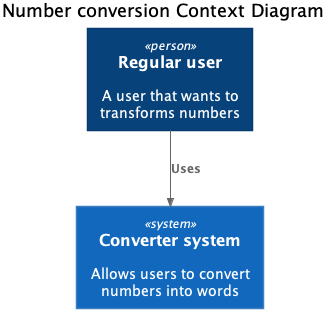
jsanin/converter keeps this PlantUML diagram as c4model/context.png. Above is the earlier version.
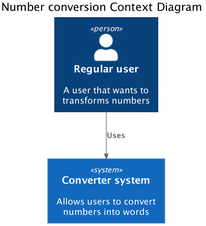
After the commit.

Commit message:
Update plantUml diagrams and includes

Change to the diagram source:
```diff
@@ -1,5 +1,5 @@
 @startuml
-!include includePuml/C4_Context.puml
+!include https://raw.githubusercontent.com/plantuml-stdlib/C4-PlantUML/master/C4_Context.puml
 
 
 title Number conversion Context Diagram
```
